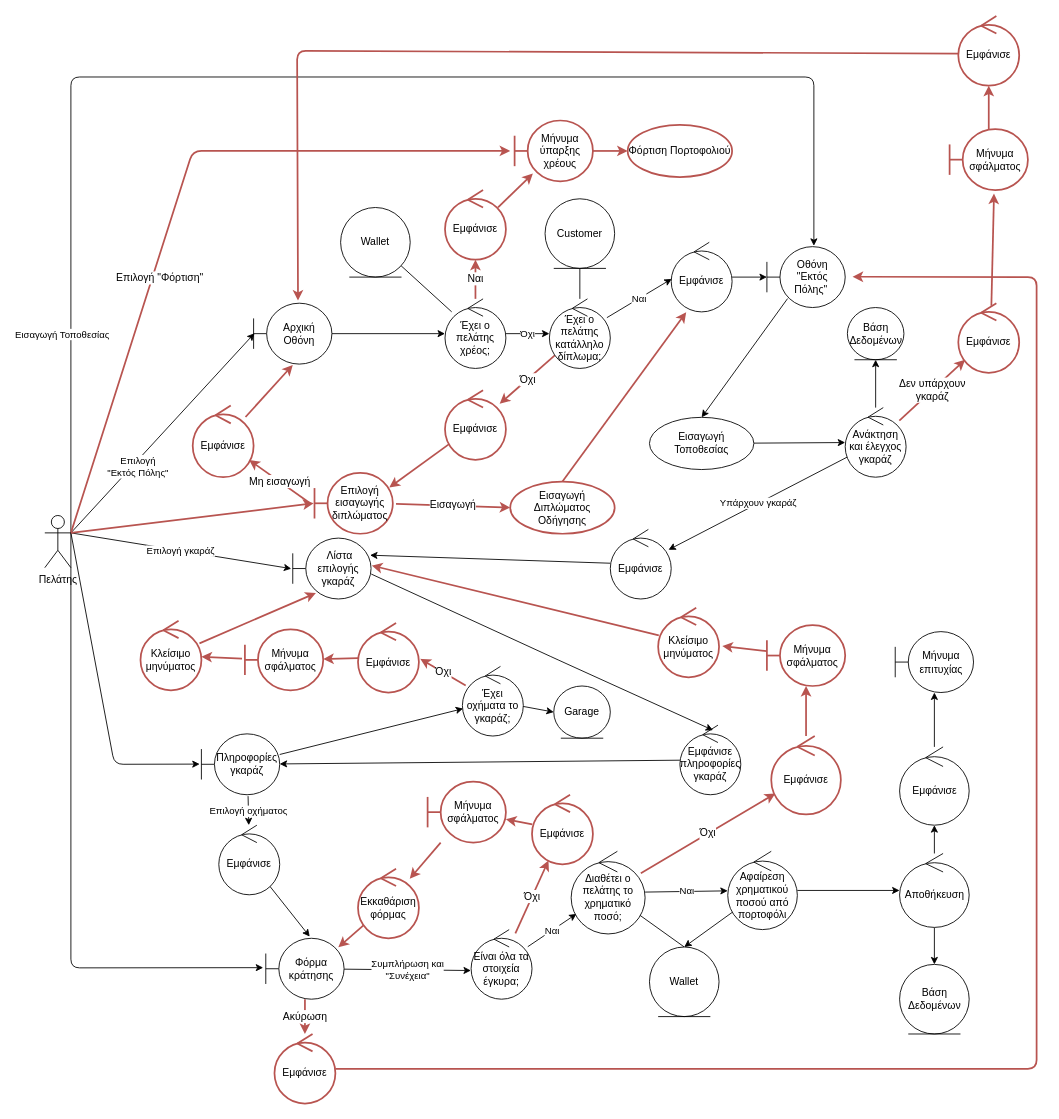
The draw.io diagram Part_3/Robustness/diagrams/12_Βραχυπρόθεσμο_Ταξίδι.drawio in Nikolis2002/texnoligia_logismikou, before the edit. Source tidied: cells renumbered, new cells numbered last; positions are measured from the earlier drawing's top-left corner, leaving out a move shared by most shapes. Both pictures are drawn from the tidied source at 87%, with x=0, y=0 at pixel (44, 16).
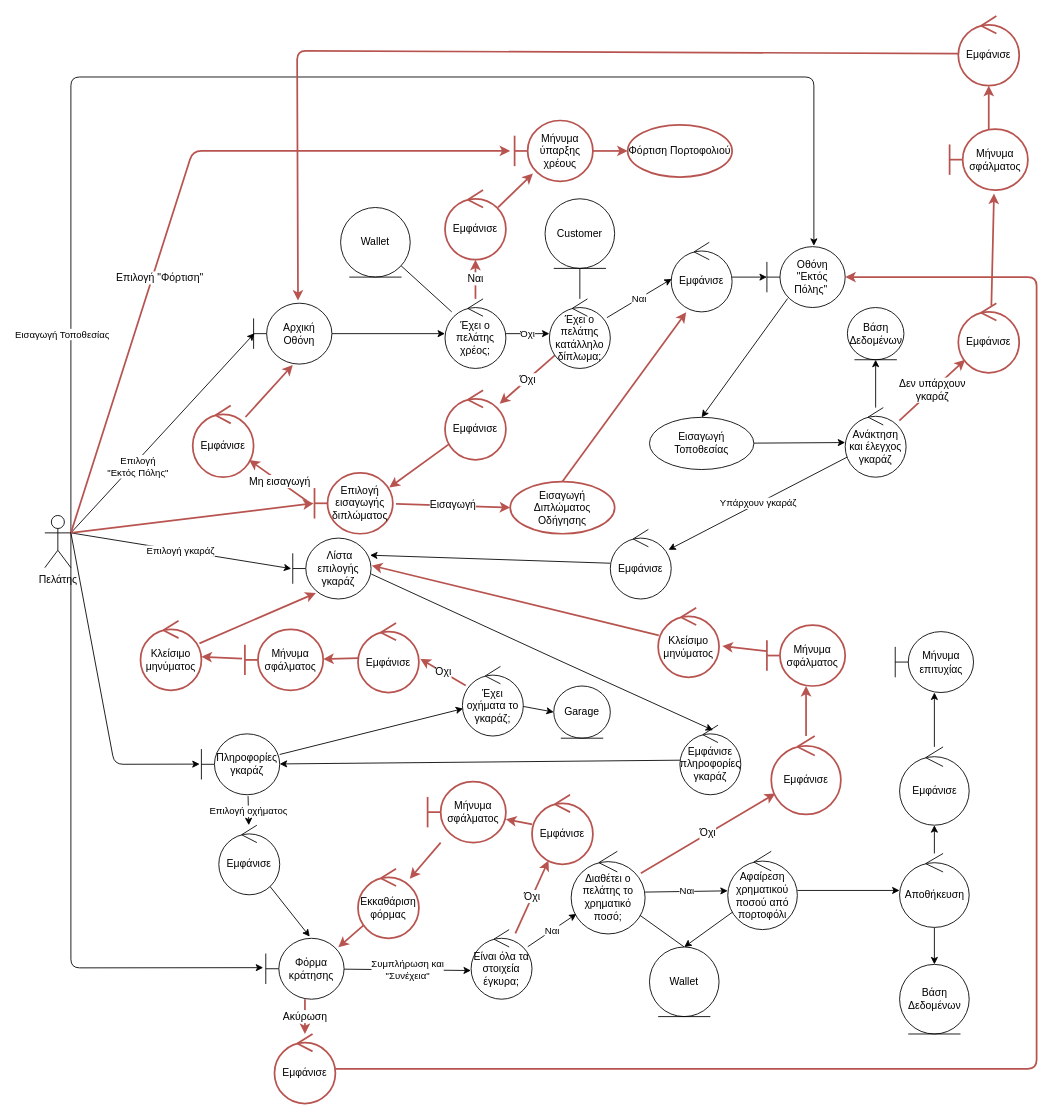
The same diagram, later.

The change refers to these unchanged cells:
```xml
<mxCell id="79" value="Οθόνη &quot;Εκτός Πόλης&quot;&amp;nbsp;" style="shape=umlBoundary;whiteSpace=wrap;html=1;fillColor=default;strokeColor=default;strokeWidth=1;fontColor=default;" parent="1" vertex="1">
  <mxGeometry x="830" y="265" width="90" height="70" as="geometry" />
</mxCell>
<mxCell id="89" value="Εμφάνισε" style="ellipse;shape=umlControl;whiteSpace=wrap;html=1;strokeColor=#b85450;strokeWidth=2;" parent="1" vertex="1">
  <mxGeometry x="264" y="1170" width="70" height="80" as="geometry" />
</mxCell>
```

The edit, as a diff of the source:
```diff
@@
-    <mxCell id="88" style="edgeStyle=none;html=1;entryX=1.094;entryY=0.494;entryDx=0;entryDy=0;entryPerimeter=0;fontSize=12;fillColor=default;strokeColor=#b85450;strokeWidth=2;" parent="1" edge="1" source="89" target="79">
+    <mxCell id="88" style="edgeStyle=none;html=1;fontSize=12;fillColor=default;strokeColor=#b85450;strokeWidth=2;" parent="1" edge="1" source="89">
       <mxGeometry relative="1" as="geometry">
+        <mxPoint x="920" y="300" as="targetPoint" />
         <Array as="points">
           <mxPoint x="1140" y="1210" />
           <mxPoint x="1140" y="760" />
           <mxPoint x="1140" y="300" />
         </Array>
       </mxGeometry>
     </mxCell>
```
